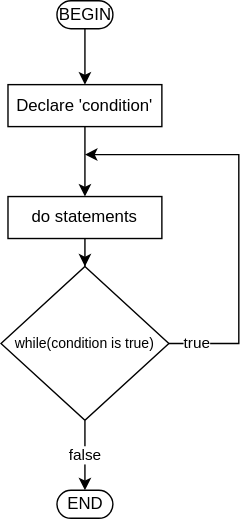
This is 5posttest/drawio/diagram1.drawio.svg from amydevs/php-assignments, a draw.io export, as it was before one commit. Source tidied: cells renumbered, new cells last; positions are measured from the earlier drawing's top-left corner, leaving out a move shared by most shapes.
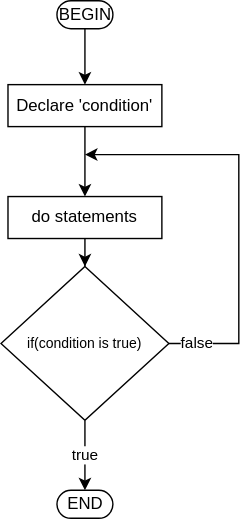
Above is the later version.

Change to the diagram source:
```diff
@@ -11,10 +11,10 @@
     <mxCell id="4" style="edgeStyle=orthogonalEdgeStyle;rounded=0;jettySize=auto;html=1;" parent="1" edge="1" source="10" target="7">
       <mxGeometry relative="1" as="geometry" />
     </mxCell>
-    <mxCell id="5" value="false" style="edgeStyle=orthogonalEdgeStyle;rounded=0;jettySize=auto;html=1;exitX=0.5;exitY=1;exitDx=0;exitDy=0;entryX=0.5;entryY=0.5;entryDx=0;entryDy=-10;entryPerimeter=0;" parent="1" edge="1" source="7" target="8">
+    <mxCell id="5" value="true" style="edgeStyle=orthogonalEdgeStyle;rounded=0;jettySize=auto;html=1;exitX=0.5;exitY=1;exitDx=0;exitDy=0;entryX=0.5;entryY=0.5;entryDx=0;entryDy=-10;entryPerimeter=0;" parent="1" edge="1" source="7" target="8">
       <mxGeometry relative="1" as="geometry" />
     </mxCell>
-    <mxCell id="6" value="true" style="edgeStyle=orthogonalEdgeStyle;rounded=0;jettySize=auto;html=1;exitX=1;exitY=0.5;exitDx=0;exitDy=0;" parent="1" edge="1" source="7">
+    <mxCell id="6" value="false" style="edgeStyle=orthogonalEdgeStyle;rounded=0;jettySize=auto;html=1;exitX=1;exitY=0.5;exitDx=0;exitDy=0;" parent="1" edge="1" source="7">
       <mxGeometry x="-0.86" relative="1" as="geometry">
         <mxPoint x="60" y="110" as="targetPoint" />
         <Array as="points">
@@ -23,7 +23,7 @@
         </Array>
       </mxGeometry>
     </mxCell>
-    <mxCell id="7" value="&lt;font style=&quot;font-size: 10px&quot;&gt;while(condition is true)&lt;/font&gt;" style="rhombus;whiteSpace=wrap;html=1;" parent="1" vertex="1">
+    <mxCell id="7" value="&lt;font style=&quot;font-size: 10px&quot;&gt;if(condition is true)&lt;/font&gt;" style="rhombus;whiteSpace=wrap;html=1;" parent="1" vertex="1">
       <mxGeometry y="190" width="120" height="110" as="geometry" />
     </mxCell>
     <mxCell id="8" value="END" style="html=1;dashed=0;whitespace=wrap;shape=mxgraph.dfd.start;" parent="1" vertex="1">
```
